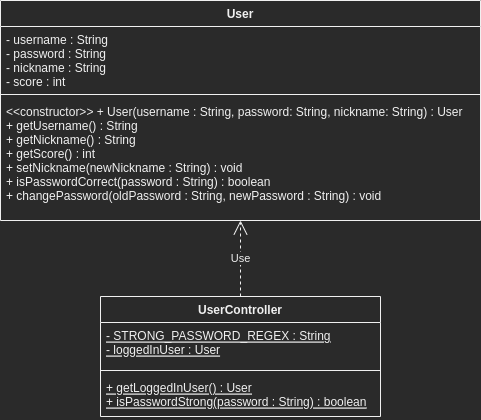
AdvancedProgrammingSUT2022/project-group-34 keeps this draw.io diagram as UML/Users.drawio.png. Above is the earlier version. Source tidied: cells renumbered, new cells last; positions are measured from the earlier drawing's top-left corner, leaving out a move shared by most shapes. Its diagram source:
```xml
<mxGraphModel>
  <root>
    <mxCell id="0" />
    <mxCell id="1" parent="0" />
    <mxCell id="2" value="User" style="swimlane;fontStyle=1;align=center;verticalAlign=top;horizontal=1;startSize=26;" parent="1" vertex="1">
      <mxGeometry width="480" height="220" as="geometry" />
    </mxCell>
    <mxCell id="3" value="- username : String&#10;- password : String&#10;- nickname : String&#10;- score : int" style="text;strokeColor=none;fillColor=none;align=left;verticalAlign=top;spacingLeft=4;spacingRight=4;overflow=hidden;" parent="2" vertex="1">
      <mxGeometry y="26" width="480" height="64" as="geometry" />
    </mxCell>
    <mxCell id="4" style="line;strokeWidth=1;fillColor=none;align=left;verticalAlign=middle;spacingTop=-1;spacingLeft=3;spacingRight=3;labelPosition=right;" parent="2" vertex="1">
      <mxGeometry y="90" width="480" height="8" as="geometry" />
    </mxCell>
    <mxCell id="5" value="&lt;&lt;constructor&gt;&gt; + User(username : String, password: String, nickname: String) : User&#10;+ getUsername() : String&#10;+ getNickname() : String&#10;+ getScore() : int&#10;+ setNickname(newNickname : String) : void&#10;+ isPasswordCorrect(password : String) : boolean&#10;+ changePassword(oldPassword : String, newPassword : String) : void" style="text;strokeColor=none;fillColor=none;align=left;verticalAlign=top;spacingLeft=4;spacingRight=4;overflow=hidden;" parent="2" vertex="1">
      <mxGeometry y="98" width="480" height="122" as="geometry" />
    </mxCell>
    <mxCell id="6" value="UserController" style="swimlane;fontStyle=1;align=center;verticalAlign=top;horizontal=1;startSize=26;" parent="1" vertex="1">
      <mxGeometry x="100" y="296" width="280" height="120" as="geometry" />
    </mxCell>
    <mxCell id="7" value="- STRONG_PASSWORD_REGEX : String&#10;- loggedInUser : User" style="text;strokeColor=none;fillColor=none;align=left;verticalAlign=top;spacingLeft=4;spacingRight=4;overflow=hidden;fontStyle=4;" parent="6" vertex="1">
      <mxGeometry y="26" width="280" height="44" as="geometry" />
    </mxCell>
    <mxCell id="8" style="line;strokeWidth=1;fillColor=none;align=left;verticalAlign=middle;spacingTop=-1;spacingLeft=3;spacingRight=3;labelPosition=right;" parent="6" vertex="1">
      <mxGeometry y="70" width="280" height="8" as="geometry" />
    </mxCell>
    <mxCell id="9" value="+ getLoggedInUser() : User&#10;+ isPasswordStrong(password : String) : boolean" style="text;strokeColor=none;fillColor=none;align=left;verticalAlign=top;spacingLeft=4;spacingRight=4;overflow=hidden;fontStyle=4;" parent="6" vertex="1">
      <mxGeometry y="78" width="280" height="42" as="geometry" />
    </mxCell>
    <mxCell id="10" value="Use" style="endArrow=open;endSize=12;dashed=1;html=1;rounded=0;exitX=0.5;exitY=0;exitDx=0;exitDy=0;" parent="1" edge="1" source="6" target="2">
      <mxGeometry relative="1" as="geometry" />
    </mxCell>
  </root>
</mxGraphModel>
```
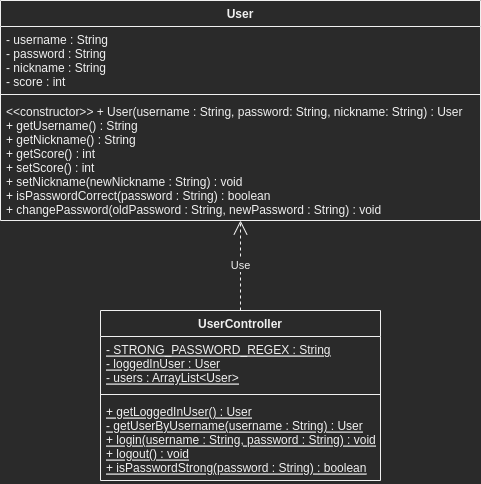
Above is the later version.

Commit message:
improve view and technology and User

What changed in the source:
```diff
@@ -3,7 +3,7 @@
     <mxCell id="0" />
     <mxCell id="1" parent="0" />
     <mxCell id="2" value="User" style="swimlane;fontStyle=1;align=center;verticalAlign=top;horizontal=1;startSize=26;" parent="1" vertex="1">
-      <mxGeometry width="480" height="220" as="geometry" />
+      <mxGeometry y="-14" width="480" height="220" as="geometry" />
     </mxCell>
     <mxCell id="3" value="- username : String&#10;- password : String&#10;- nickname : String&#10;- score : int" style="text;strokeColor=none;fillColor=none;align=left;verticalAlign=top;spacingLeft=4;spacingRight=4;overflow=hidden;" parent="2" vertex="1">
       <mxGeometry y="26" width="480" height="64" as="geometry" />
@@ -11,20 +11,20 @@
     <mxCell id="4" style="line;strokeWidth=1;fillColor=none;align=left;verticalAlign=middle;spacingTop=-1;spacingLeft=3;spacingRight=3;labelPosition=right;" parent="2" vertex="1">
       <mxGeometry y="90" width="480" height="8" as="geometry" />
     </mxCell>
-    <mxCell id="5" value="&lt;&lt;constructor&gt;&gt; + User(username : String, password: String, nickname: String) : User&#10;+ getUsername() : String&#10;+ getNickname() : String&#10;+ getScore() : int&#10;+ setNickname(newNickname : String) : void&#10;+ isPasswordCorrect(password : String) : boolean&#10;+ changePassword(oldPassword : String, newPassword : String) : void" style="text;strokeColor=none;fillColor=none;align=left;verticalAlign=top;spacingLeft=4;spacingRight=4;overflow=hidden;" parent="2" vertex="1">
+    <mxCell id="5" value="&lt;&lt;constructor&gt;&gt; + User(username : String, password: String, nickname: String) : User&#10;+ getUsername() : String&#10;+ getNickname() : String&#10;+ getScore() : int&#10;+ setScore() : int&#10;+ setNickname(newNickname : String) : void&#10;+ isPasswordCorrect(password : String) : boolean&#10;+ changePassword(oldPassword : String, newPassword : String) : void" style="text;strokeColor=none;fillColor=none;align=left;verticalAlign=top;spacingLeft=4;spacingRight=4;overflow=hidden;" parent="2" vertex="1">
       <mxGeometry y="98" width="480" height="122" as="geometry" />
     </mxCell>
     <mxCell id="6" value="UserController" style="swimlane;fontStyle=1;align=center;verticalAlign=top;horizontal=1;startSize=26;" parent="1" vertex="1">
-      <mxGeometry x="100" y="296" width="280" height="120" as="geometry" />
+      <mxGeometry x="100" y="296" width="280" height="170" as="geometry" />
     </mxCell>
-    <mxCell id="7" value="- STRONG_PASSWORD_REGEX : String&#10;- loggedInUser : User" style="text;strokeColor=none;fillColor=none;align=left;verticalAlign=top;spacingLeft=4;spacingRight=4;overflow=hidden;fontStyle=4;" parent="6" vertex="1">
-      <mxGeometry y="26" width="280" height="44" as="geometry" />
+    <mxCell id="7" value="- STRONG_PASSWORD_REGEX : String&#10;- loggedInUser : User&#10;- users : ArrayList&lt;User&gt;" style="text;strokeColor=none;fillColor=none;align=left;verticalAlign=top;spacingLeft=4;spacingRight=4;overflow=hidden;fontStyle=4;" parent="6" vertex="1">
+      <mxGeometry y="26" width="280" height="54" as="geometry" />
     </mxCell>
     <mxCell id="8" style="line;strokeWidth=1;fillColor=none;align=left;verticalAlign=middle;spacingTop=-1;spacingLeft=3;spacingRight=3;labelPosition=right;" parent="6" vertex="1">
-      <mxGeometry y="70" width="280" height="8" as="geometry" />
+      <mxGeometry y="80" width="280" height="8" as="geometry" />
     </mxCell>
-    <mxCell id="9" value="+ getLoggedInUser() : User&#10;+ isPasswordStrong(password : String) : boolean" style="text;strokeColor=none;fillColor=none;align=left;verticalAlign=top;spacingLeft=4;spacingRight=4;overflow=hidden;fontStyle=4;" parent="6" vertex="1">
-      <mxGeometry y="78" width="280" height="42" as="geometry" />
+    <mxCell id="9" value="+ getLoggedInUser() : User&#10;- getUserByUsername(username : String) : User&#10;+ login(username : String, password : String) : void&#10;+ logout() : void&#10;+ isPasswordStrong(password : String) : boolean" style="text;strokeColor=none;fillColor=none;align=left;verticalAlign=top;spacingLeft=4;spacingRight=4;overflow=hidden;fontStyle=4;" parent="6" vertex="1">
+      <mxGeometry y="88" width="280" height="82" as="geometry" />
     </mxCell>
     <mxCell id="10" value="Use" style="endArrow=open;endSize=12;dashed=1;html=1;rounded=0;exitX=0.5;exitY=0;exitDx=0;exitDy=0;" parent="1" edge="1" source="6" target="2">
       <mxGeometry relative="1" as="geometry" />
```
